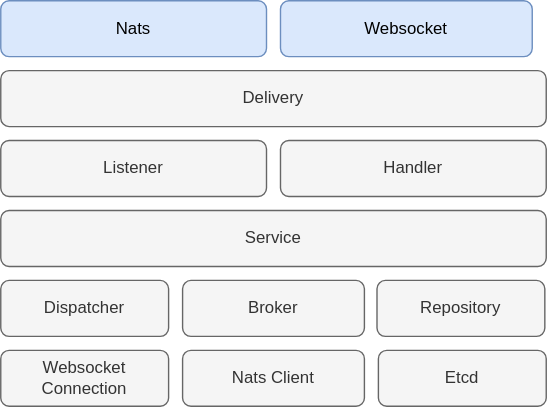
The draw.io diagram docs/uml/components.drawio.svg in whale-team/whaleEcho, before a commit. Source tidied: cells renumbered, new cells last; positions are measured from the earlier drawing's top-left corner, leaving out a move shared by most shapes.
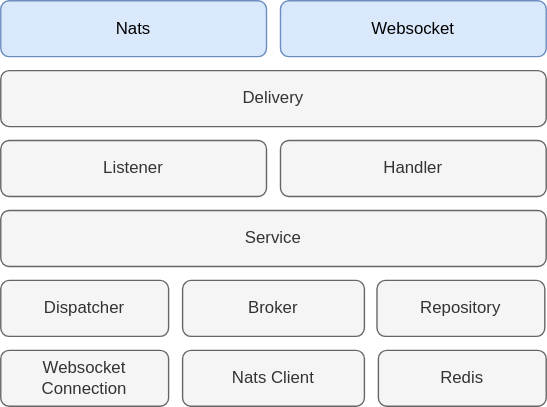
Later version of the same file.

Diff of the diagram source:
```diff
@@ -18,7 +18,7 @@
       <mxGeometry width="190" height="40" as="geometry" />
     </mxCell>
     <mxCell id="7" value="&lt;font color=&quot;#000000&quot;&gt;Websocket&lt;/font&gt;" style="rounded=1;whiteSpace=wrap;html=1;fillColor=#dae8fc;strokeColor=#6c8ebf;" parent="1" vertex="1">
-      <mxGeometry x="200" width="180" height="40" as="geometry" />
+      <mxGeometry x="200" width="190" height="40" as="geometry" />
     </mxCell>
     <mxCell id="8" value="Service" style="rounded=1;whiteSpace=wrap;html=1;fillColor=#f5f5f5;strokeColor=#666666;fontColor=#333333;" parent="1" vertex="1">
       <mxGeometry y="150" width="390" height="40" as="geometry" />
@@ -35,7 +35,7 @@
     <mxCell id="12" value="Repository" style="rounded=1;whiteSpace=wrap;html=1;fillColor=#f5f5f5;strokeColor=#666666;fontColor=#333333;" parent="1" vertex="1">
       <mxGeometry x="269" y="200" width="120" height="40" as="geometry" />
     </mxCell>
-    <mxCell id="13" value="Etcd" style="rounded=1;whiteSpace=wrap;html=1;fillColor=#f5f5f5;strokeColor=#666666;fontColor=#333333;" parent="1" vertex="1">
+    <mxCell id="13" value="Redis" style="rounded=1;whiteSpace=wrap;html=1;fillColor=#f5f5f5;strokeColor=#666666;fontColor=#333333;" parent="1" vertex="1">
       <mxGeometry x="270" y="250" width="120" height="40" as="geometry" />
     </mxCell>
   </root>
```
